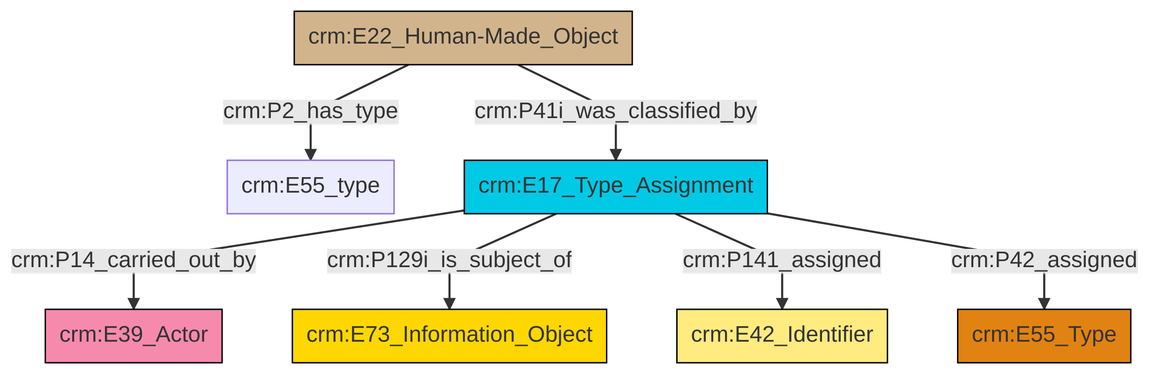
This is et/builtWorkCSV/ttl/mmd/png/Built_Work_designation_status.png from swiss-art-research-net/reference-data-models, a Mermaid export, as it was before one commit. Its source is kept beside it as et/builtWorkCSV/ttl/mmd/Built_Work_designation_status.ttl.mmd.
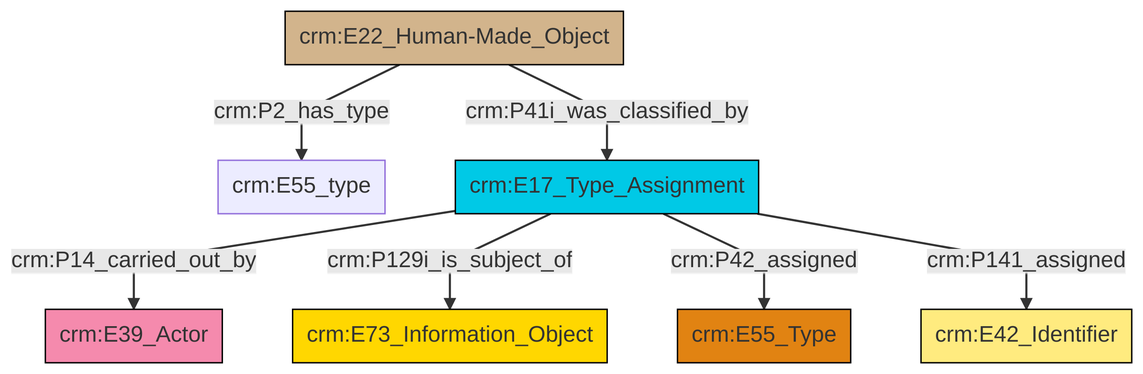
The same file after the commit.

The edit, as a diff of the source:
```diff
@@ -13,9 +13,9 @@
 classDef PC_Classes fill:#4ce600, stroke:#000000;
 classDef Multi fill:#cccccc,stroke:#000000;
 
-2["crm:E22_Human-Made_Object"]:::Physical_Thing -->|crm:P2_has_type| 3["crm:E55_type"]:::Default
-6["crm:E17_Type_Assignment"]:::Temporal_Entity -->|crm:P14_carried_out_by| 4["crm:E39_Actor"]:::Actor
-6["crm:E17_Type_Assignment"]:::Temporal_Entity -->|crm:P129i_is_subject_of| 7["crm:E73_Information_Object"]:::Conceptual_Object
-6["crm:E17_Type_Assignment"]:::Temporal_Entity -->|crm:P141_assigned| 8["crm:E42_Identifier"]:::Appellation
-6["crm:E17_Type_Assignment"]:::Temporal_Entity -->|crm:P42_assigned| 0["crm:E55_Type"]:::Type
-2["crm:E22_Human-Made_Object"]:::Physical_Thing -->|crm:P41i_was_classified_by| 6["crm:E17_Type_Assignment"]:::Temporal_Entity
+6["crm:E17_Type_Assignment"]:::Temporal_Entity -->|crm:P14_carried_out_by| 7["crm:E39_Actor"]:::Actor
+9["crm:E22_Human-Made_Object"]:::Physical_Thing -->|crm:P41i_was_classified_by| 6["crm:E17_Type_Assignment"]:::Temporal_Entity
+9["crm:E22_Human-Made_Object"]:::Physical_Thing -->|crm:P2_has_type| 0["crm:E55_type"]:::Default
+6["crm:E17_Type_Assignment"]:::Temporal_Entity -->|crm:P129i_is_subject_of| 4["crm:E73_Information_Object"]:::Conceptual_Object
+6["crm:E17_Type_Assignment"]:::Temporal_Entity -->|crm:P42_assigned| 2["crm:E55_Type"]:::Type
+6["crm:E17_Type_Assignment"]:::Temporal_Entity -->|crm:P141_assigned| 12["crm:E42_Identifier"]:::Appellation
```
